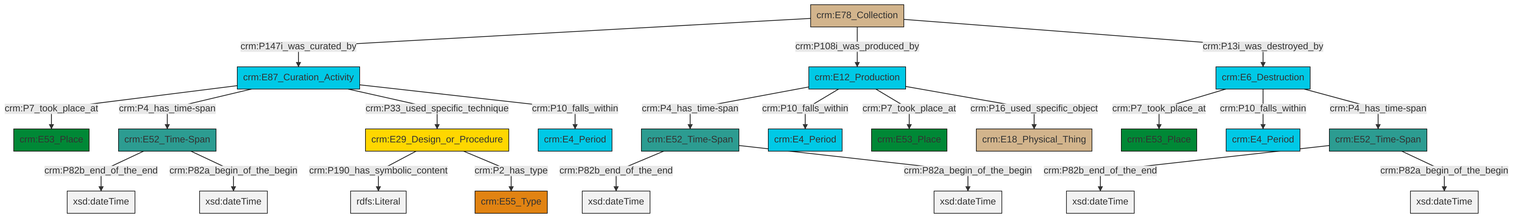
Before: et/archivalCSV/ttl/mmd/png/archival_existence.png, a diagram exported from Mermaid (swiss-art-research-net/docs.swissartresearch). Its source is kept beside it as et/archivalCSV/ttl/mmd/archival_existence.ttl.mmd.
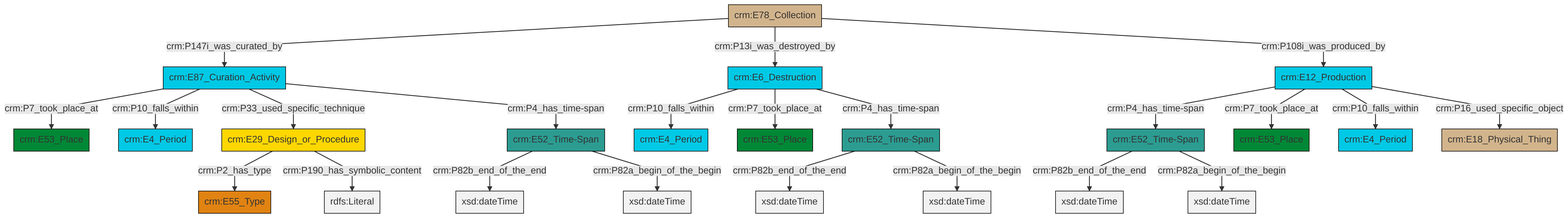
Above is the later version.

What changed in the source:
```diff
@@ -13,25 +13,25 @@
 classDef PC_Classes fill:#4ce600, stroke:#000000;
 classDef Multi fill:#cccccc,stroke:#000000;
 
-0["crm:E87_Curation_Activity"]:::Temporal_Entity -->|crm:P7_took_place_at| 1["crm:E53_Place"]:::Place
-4["crm:E52_Time-Span"]:::Time-Span -->|crm:P82b_end_of_the_end| 5[xsd:dateTime]:::Literal
-0["crm:E87_Curation_Activity"]:::Temporal_Entity -->|crm:P4_has_time-span| 6["crm:E52_Time-Span"]:::Time-Span
-10["crm:E6_Destruction"]:::Temporal_Entity -->|crm:P7_took_place_at| 11["crm:E53_Place"]:::Place
-12["crm:E12_Production"]:::Temporal_Entity -->|crm:P4_has_time-span| 13["crm:E52_Time-Span"]:::Time-Span
-14["crm:E78_Collection"]:::Physical_Thing -->|crm:P147i_was_curated_by| 0["crm:E87_Curation_Activity"]:::Temporal_Entity
-14["crm:E78_Collection"]:::Physical_Thing -->|crm:P108i_was_produced_by| 12["crm:E12_Production"]:::Temporal_Entity
-12["crm:E12_Production"]:::Temporal_Entity -->|crm:P10_falls_within| 2["crm:E4_Period"]:::Temporal_Entity
-18["crm:E29_Design_or_Procedure"]:::Conceptual_Object -->|crm:P190_has_symbolic_content| 19[rdfs:Literal]:::Literal
-12["crm:E12_Production"]:::Temporal_Entity -->|crm:P7_took_place_at| 16["crm:E53_Place"]:::Place
-14["crm:E78_Collection"]:::Physical_Thing -->|crm:P13i_was_destroyed_by| 10["crm:E6_Destruction"]:::Temporal_Entity
-13["crm:E52_Time-Span"]:::Time-Span -->|crm:P82b_end_of_the_end| 23[xsd:dateTime]:::Literal
-6["crm:E52_Time-Span"]:::Time-Span -->|crm:P82b_end_of_the_end| 24[xsd:dateTime]:::Literal
-13["crm:E52_Time-Span"]:::Time-Span -->|crm:P82a_begin_of_the_begin| 25[xsd:dateTime]:::Literal
-6["crm:E52_Time-Span"]:::Time-Span -->|crm:P82a_begin_of_the_begin| 26[xsd:dateTime]:::Literal
-12["crm:E12_Production"]:::Temporal_Entity -->|crm:P16_used_specific_object| 27["crm:E18_Physical_Thing"]:::Physical_Thing
-0["crm:E87_Curation_Activity"]:::Temporal_Entity -->|crm:P33_used_specific_technique| 18["crm:E29_Design_or_Procedure"]:::Conceptual_Object
-10["crm:E6_Destruction"]:::Temporal_Entity -->|crm:P10_falls_within| 20["crm:E4_Period"]:::Temporal_Entity
-18["crm:E29_Design_or_Procedure"]:::Conceptual_Object -->|crm:P2_has_type| 7["crm:E55_Type"]:::Type
-10["crm:E6_Destruction"]:::Temporal_Entity -->|crm:P4_has_time-span| 4["crm:E52_Time-Span"]:::Time-Span
-4["crm:E52_Time-Span"]:::Time-Span -->|crm:P82a_begin_of_the_begin| 38[xsd:dateTime]:::Literal
-0["crm:E87_Curation_Activity"]:::Temporal_Entity -->|crm:P10_falls_within| 34["crm:E4_Period"]:::Temporal_Entity
+0["crm:E12_Production"]:::Temporal_Entity -->|crm:P4_has_time-span| 1["crm:E52_Time-Span"]:::Time-Span
+1["crm:E52_Time-Span"]:::Time-Span -->|crm:P82b_end_of_the_end| 2[xsd:dateTime]:::Literal
+1["crm:E52_Time-Span"]:::Time-Span -->|crm:P82a_begin_of_the_begin| 7[xsd:dateTime]:::Literal
+0["crm:E12_Production"]:::Temporal_Entity -->|crm:P7_took_place_at| 8["crm:E53_Place"]:::Place
+3["crm:E52_Time-Span"]:::Time-Span -->|crm:P82b_end_of_the_end| 11[xsd:dateTime]:::Literal
+18["crm:E87_Curation_Activity"]:::Temporal_Entity -->|crm:P7_took_place_at| 9["crm:E53_Place"]:::Place
+16["crm:E78_Collection"]:::Physical_Thing -->|crm:P147i_was_curated_by| 18["crm:E87_Curation_Activity"]:::Temporal_Entity
+19["crm:E6_Destruction"]:::Temporal_Entity -->|crm:P10_falls_within| 20["crm:E4_Period"]:::Temporal_Entity
+21["crm:E52_Time-Span"]:::Time-Span -->|crm:P82b_end_of_the_end| 22[xsd:dateTime]:::Literal
+19["crm:E6_Destruction"]:::Temporal_Entity -->|crm:P7_took_place_at| 5["crm:E53_Place"]:::Place
+0["crm:E12_Production"]:::Temporal_Entity -->|crm:P10_falls_within| 23["crm:E4_Period"]:::Temporal_Entity
+16["crm:E78_Collection"]:::Physical_Thing -->|crm:P13i_was_destroyed_by| 19["crm:E6_Destruction"]:::Temporal_Entity
+18["crm:E87_Curation_Activity"]:::Temporal_Entity -->|crm:P10_falls_within| 14["crm:E4_Period"]:::Temporal_Entity
+18["crm:E87_Curation_Activity"]:::Temporal_Entity -->|crm:P33_used_specific_technique| 28["crm:E29_Design_or_Procedure"]:::Conceptual_Object
+19["crm:E6_Destruction"]:::Temporal_Entity -->|crm:P4_has_time-span| 21["crm:E52_Time-Span"]:::Time-Span
+0["crm:E12_Production"]:::Temporal_Entity -->|crm:P16_used_specific_object| 25["crm:E18_Physical_Thing"]:::Physical_Thing
+21["crm:E52_Time-Span"]:::Time-Span -->|crm:P82a_begin_of_the_begin| 29[xsd:dateTime]:::Literal
+28["crm:E29_Design_or_Procedure"]:::Conceptual_Object -->|crm:P2_has_type| 12["crm:E55_Type"]:::Type
+3["crm:E52_Time-Span"]:::Time-Span -->|crm:P82a_begin_of_the_begin| 32[xsd:dateTime]:::Literal
+16["crm:E78_Collection"]:::Physical_Thing -->|crm:P108i_was_produced_by| 0["crm:E12_Production"]:::Temporal_Entity
+18["crm:E87_Curation_Activity"]:::Temporal_Entity -->|crm:P4_has_time-span| 3["crm:E52_Time-Span"]:::Time-Span
+28["crm:E29_Design_or_Procedure"]:::Conceptual_Object -->|crm:P190_has_symbolic_content| 37[rdfs:Literal]:::Literal
```
